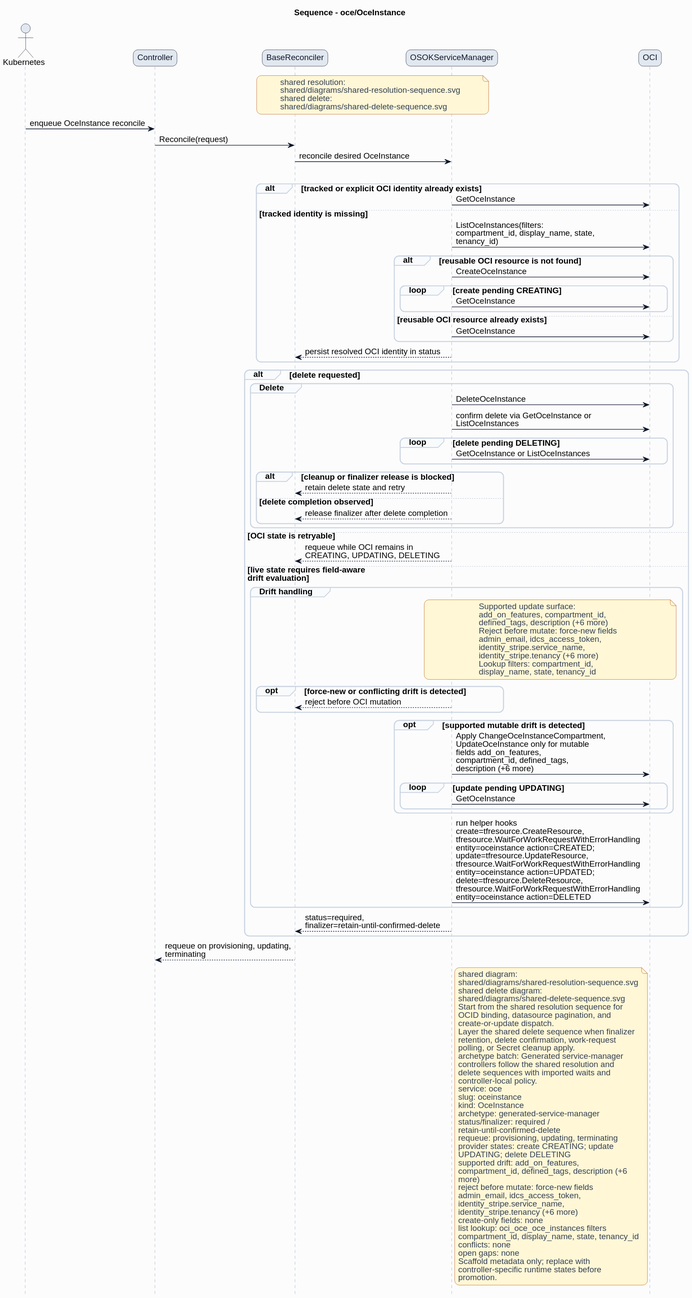
HaoyL666/oci-service-operator keeps this PlantUML diagram as formal/controllers/oce/oceinstance/diagrams/sequence.svg. Above is the earlier version. Source of this version:
```plantuml
@startuml
skinparam shadowing false
skinparam backgroundColor #fcfcfd
skinparam defaultFontName Helvetica
skinparam defaultFontSize 14
skinparam arrowColor #0f172a
skinparam noteBackgroundColor #fff7d6
skinparam noteBorderColor #b45309
skinparam noteFontColor #334155
skinparam roundcorner 16
title Sequence - oce/OceInstance
hide footbox
skinparam sequence {
  actorBorderColor #0f172a
  actorBackgroundColor #e2e8f0
  participantBorderColor #0f172a
  participantBackgroundColor #e2e8f0
  participantFontColor #0f172a
  lifeLineBorderColor #94a3b8
  groupBorderColor #cbd5e1
  groupBackgroundColor #f8fafc
}
actor Kubernetes
participant Controller
participant BaseReconciler
participant "OSOKServiceManager" as ServiceManager
participant OCI
note over BaseReconciler,ServiceManager
shared resolution:
shared/diagrams/shared-resolution-sequence.svg
shared delete:
shared/diagrams/shared-delete-sequence.svg
end note
Kubernetes -> Controller: enqueue OceInstance reconcile
Controller -> BaseReconciler: Reconcile(request)
BaseReconciler -> ServiceManager: reconcile desired OceInstance
group Lookup and bind
alt tracked or explicit OCI identity already exists
ServiceManager -> OCI: GetOceInstance
else tracked identity is missing
ServiceManager -> OCI: ListOceInstances(filters:\ncompartment_id, display_name, state,\ntenancy_id)
alt reusable OCI resource is not found
ServiceManager -> OCI: CreateOceInstance
loop create pending CREATING
ServiceManager -> OCI: GetOceInstance
end
else reusable OCI resource already exists
ServiceManager -> OCI: GetOceInstance
end
ServiceManager --> BaseReconciler: persist resolved OCI identity in status
end
alt delete requested
group Delete
ServiceManager -> OCI: DeleteOceInstance
ServiceManager -> OCI: confirm delete via GetOceInstance or\nListOceInstances
loop delete pending DELETING
ServiceManager -> OCI: GetOceInstance or ListOceInstances
end
alt cleanup or finalizer release is blocked
ServiceManager --> BaseReconciler: retain delete state and retry
else delete completion observed
ServiceManager --> BaseReconciler: release finalizer after delete completion
end
end
else OCI state is retryable
ServiceManager --> BaseReconciler: requeue while OCI remains in\nCREATING, UPDATING, DELETING
else live state requires field-aware\ndrift evaluation
group Drift handling
note over ServiceManager,OCI
Supported update surface:
add_on_features, compartment_id,
defined_tags, description (+6 more)
Reject before mutate: force-new fields
admin_email, idcs_access_token,
identity_stripe.service_name,
identity_stripe.tenancy (+6 more)
Lookup filters: compartment_id,
display_name, state, tenancy_id
end note
opt force-new or conflicting drift is detected
ServiceManager --> BaseReconciler: reject before OCI mutation
end
opt supported mutable drift is detected
ServiceManager -> OCI: Apply ChangeOceInstanceCompartment,\nUpdateOceInstance only for mutable\nfields add_on_features,\ncompartment_id, defined_tags,\ndescription (+6 more)
loop update pending UPDATING
ServiceManager -> OCI: GetOceInstance
end
end
ServiceManager -> OCI: run helper hooks\ncreate=tfresource.CreateResource,\ntfresource.WaitForWorkRequestWithErrorHandling\nentity=oceinstance action=CREATED;\nupdate=tfresource.UpdateResource,\ntfresource.WaitForWorkRequestWithErrorHandling\nentity=oceinstance action=UPDATED;\ndelete=tfresource.DeleteResource,\ntfresource.WaitForWorkRequestWithErrorHandling\nentity=oceinstance action=DELETED
end
ServiceManager --> BaseReconciler: status=required,\nfinalizer=retain-until-confirmed-delete
end
BaseReconciler --> Controller: requeue on provisioning, updating,\nterminating
note right of ServiceManager
shared diagram:
shared/diagrams/shared-resolution-sequence.svg
shared delete diagram:
shared/diagrams/shared-delete-sequence.svg
Start from the shared resolution sequence for
OCID binding, datasource pagination, and
create-or-update dispatch.
Layer the shared delete sequence when finalizer
retention, delete confirmation, work-request
polling, or Secret cleanup apply.
archetype batch: Generated service-manager
controllers follow the shared resolution and
delete sequences with imported waits and
controller-local policy.
service: oce
slug: oceinstance
kind: OceInstance
archetype: generated-service-manager
status/finalizer: required /
retain-until-confirmed-delete
requeue: provisioning, updating, terminating
provider states: create CREATING; update
UPDATING; delete DELETING
supported drift: add_on_features,
compartment_id, defined_tags, description (+6
more)
reject before mutate: force-new fields
admin_email, idcs_access_token,
identity_stripe.service_name,
identity_stripe.tenancy (+6 more)
create-only fields: none
list lookup: oci_oce_oce_instances filters
compartment_id, display_name, state, tenancy_id
conflicts: none
open gaps: none
Scaffold metadata only; replace with
controller-specific runtime states before
promotion.
end note
@enduml
```
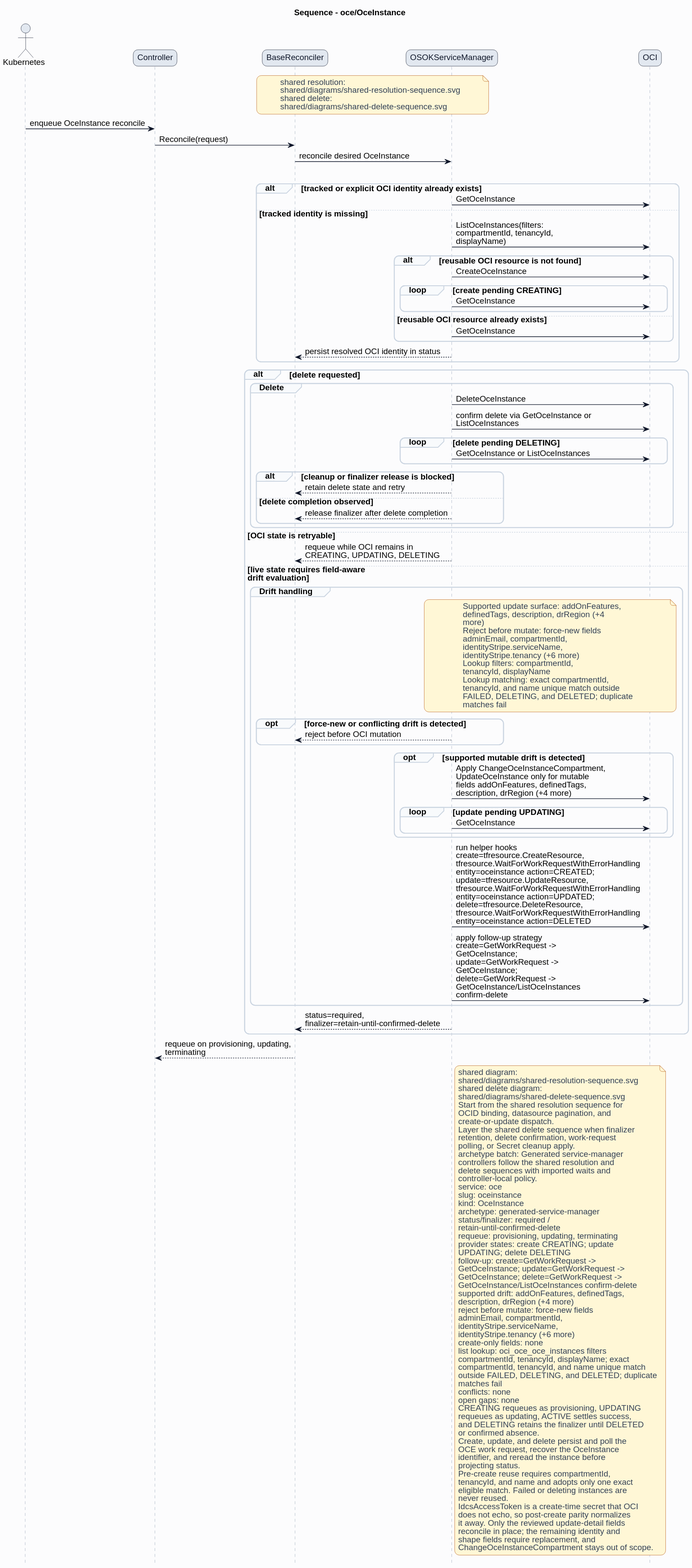
The same diagram one commit later.

The edit, as a diff of the source:
```diff
@@ -38,7 +38,7 @@
 alt tracked or explicit OCI identity already exists
 ServiceManager -> OCI: GetOceInstance
 else tracked identity is missing
-ServiceManager -> OCI: ListOceInstances(filters:\ncompartment_id, display_name, state,\ntenancy_id)
+ServiceManager -> OCI: ListOceInstances(filters:\ncompartmentId, tenancyId,\ndisplayName)
 alt reusable OCI resource is not found
 ServiceManager -> OCI: CreateOceInstance
 loop create pending CREATING
@@ -67,26 +67,31 @@
 else live state requires field-aware\ndrift evaluation
 group Drift handling
 note over ServiceManager,OCI
-Supported update surface:
-add_on_features, compartment_id,
-defined_tags, description (+6 more)
+Supported update surface: addOnFeatures,
+definedTags, description, drRegion (+4
+more)
 Reject before mutate: force-new fields
-admin_email, idcs_access_token,
-identity_stripe.service_name,
-identity_stripe.tenancy (+6 more)
-Lookup filters: compartment_id,
-display_name, state, tenancy_id
+adminEmail, compartmentId,
+identityStripe.serviceName,
+identityStripe.tenancy (+6 more)
+Lookup filters: compartmentId,
+tenancyId, displayName
+Lookup matching: exact compartmentId,
+tenancyId, and name unique match outside
+FAILED, DELETING, and DELETED; duplicate
+matches fail
 end note
 opt force-new or conflicting drift is detected
 ServiceManager --> BaseReconciler: reject before OCI mutation
 end
 opt supported mutable drift is detected
-ServiceManager -> OCI: Apply ChangeOceInstanceCompartment,\nUpdateOceInstance only for mutable\nfields add_on_features,\ncompartment_id, defined_tags,\ndescription (+6 more)
+ServiceManager -> OCI: Apply ChangeOceInstanceCompartment,\nUpdateOceInstance only for mutable\nfields addOnFeatures, definedTags,\ndescription, drRegion (+4 more)
 loop update pending UPDATING
 ServiceManager -> OCI: GetOceInstance
 end
 end
 ServiceManager -> OCI: run helper hooks\ncreate=tfresource.CreateResource,\ntfresource.WaitForWorkRequestWithErrorHandling\nentity=oceinstance action=CREATED;\nupdate=tfresource.UpdateResource,\ntfresource.WaitForWorkRequestWithErrorHandling\nentity=oceinstance action=UPDATED;\ndelete=tfresource.DeleteResource,\ntfresource.WaitForWorkRequestWithErrorHandling\nentity=oceinstance action=DELETED
+ServiceManager -> OCI: apply follow-up strategy\ncreate=GetWorkRequest ->\nGetOceInstance;\nupdate=GetWorkRequest ->\nGetOceInstance;\ndelete=GetWorkRequest ->\nGetOceInstance/ListOceInstances\nconfirm-delete
 end
 ServiceManager --> BaseReconciler: status=required,\nfinalizer=retain-until-confirmed-delete
 end
@@ -115,20 +120,41 @@
 requeue: provisioning, updating, terminating
 provider states: create CREATING; update
 UPDATING; delete DELETING
-supported drift: add_on_features,
-compartment_id, defined_tags, description (+6
-more)
+follow-up: create=GetWorkRequest ->
+GetOceInstance; update=GetWorkRequest ->
+GetOceInstance; delete=GetWorkRequest ->
+GetOceInstance/ListOceInstances confirm-delete
+supported drift: addOnFeatures, definedTags,
+description, drRegion (+4 more)
 reject before mutate: force-new fields
-admin_email, idcs_access_token,
-identity_stripe.service_name,
-identity_stripe.tenancy (+6 more)
+adminEmail, compartmentId,
+identityStripe.serviceName,
+identityStripe.tenancy (+6 more)
 create-only fields: none
 list lookup: oci_oce_oce_instances filters
-compartment_id, display_name, state, tenancy_id
+compartmentId, tenancyId, displayName; exact
+compartmentId, tenancyId, and name unique match
+outside FAILED, DELETING, and DELETED; duplicate
+matches fail
 conflicts: none
 open gaps: none
-Scaffold metadata only; replace with
-controller-specific runtime states before
-promotion.
+CREATING requeues as provisioning, UPDATING
+requeues as updating, ACTIVE settles success,
+and DELETING retains the finalizer until DELETED
+or confirmed absence.
+Create, update, and delete persist and poll the
+OCE work request, recover the OceInstance
+identifier, and reread the instance before
+projecting status.
+Pre-create reuse requires compartmentId,
+tenancyId, and name and adopts only one exact
+eligible match. Failed or deleting instances are
+never reused.
+IdcsAccessToken is a create-time secret that OCI
+does not echo, so post-create parity normalizes
+it away. Only the reviewed update-detail fields
+reconcile in place; the remaining identity and
+shape fields require replacement, and
+ChangeOceInstanceCompartment stays out of scope.
 end note
 @enduml
```
